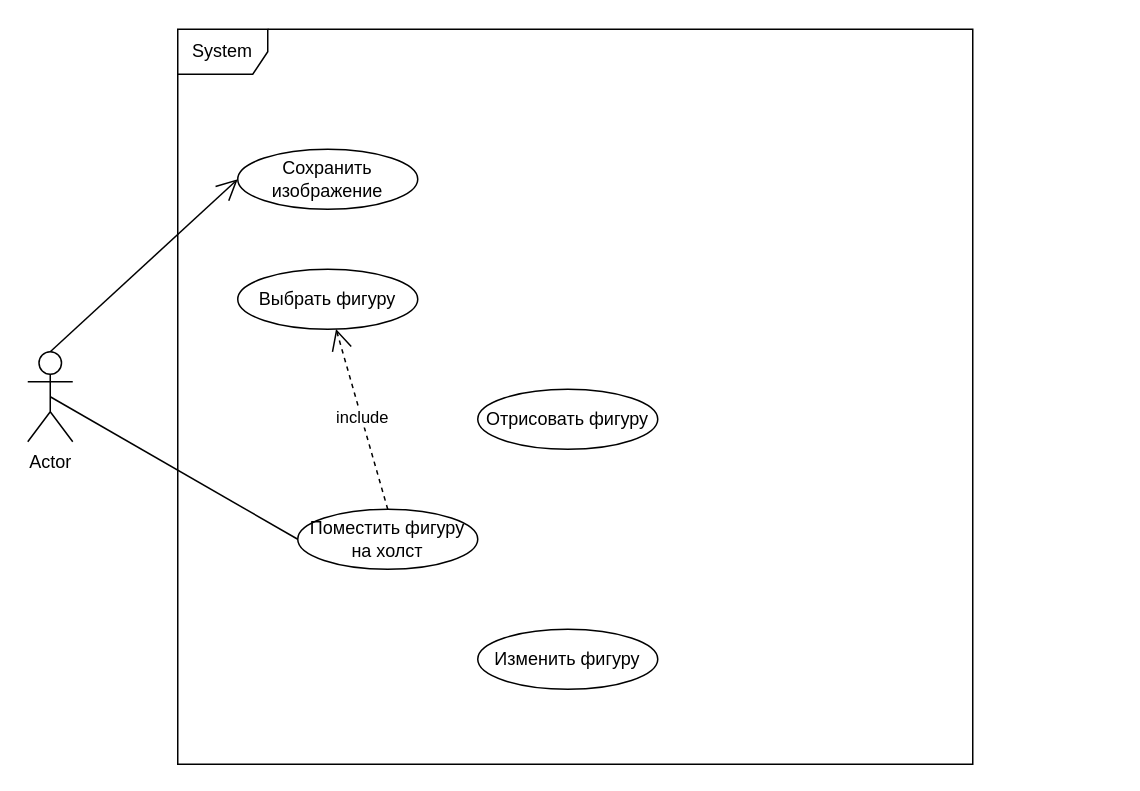
Earlier version of the draw.io diagram Диаграмма без названия.drawio (MstislavRomanovski/ProgramIngeneering). Source tidied: cells renumbered, new cells numbered last; positions are measured from the earlier drawing's top-left corner, leaving out a move shared by most shapes. Both pictures are drawn from the tidied source at 150%, with x=0, y=0 at pixel (27, 28).
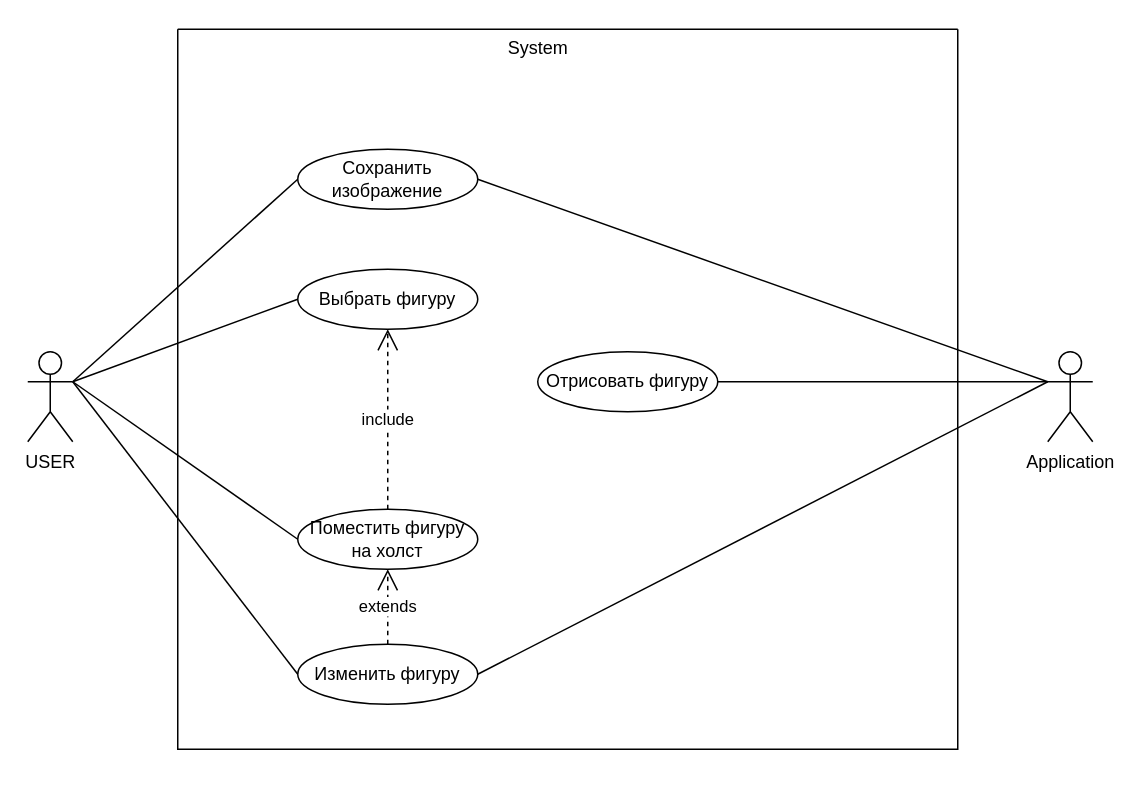
After the change.

Change to the diagram source:
```diff
@@
 <mxGraphModel>
   <root>
     <mxCell id="0" />
     <mxCell id="1" parent="0" />
-    <mxCell id="2" value="System" style="shape=umlFrame;whiteSpace=wrap;html=1;" parent="1" vertex="1">
-      <mxGeometry x="100" width="530" height="490" as="geometry" />
-    </mxCell>
-    <mxCell id="3" value="Actor" style="shape=umlActor;verticalLabelPosition=bottom;verticalAlign=top;html=1;" parent="1" vertex="1">
+    <mxCell id="3" value="USER" style="shape=umlActor;verticalLabelPosition=bottom;verticalAlign=top;html=1;" parent="1" vertex="1">
       <mxGeometry y="215" width="30" height="60" as="geometry" />
     </mxCell>
-    <mxCell id="4" value="Отрисовать фигуру" style="ellipse;whiteSpace=wrap;html=1;" parent="1" vertex="1">
-      <mxGeometry x="300" y="240" width="120" height="40" as="geometry" />
-    </mxCell>
     <mxCell id="5" value="Выбрать фигуру" style="ellipse;whiteSpace=wrap;html=1;" parent="1" vertex="1">
-      <mxGeometry x="140" y="160" width="120" height="40" as="geometry" />
+      <mxGeometry x="180" y="160" width="120" height="40" as="geometry" />
     </mxCell>
-    <mxCell id="6" style="endArrow=none;html=1;rounded=0;exitX=0.5;exitY=0.5;exitDx=0;exitDy=0;exitPerimeter=0;entryX=0;entryY=0.5;entryDx=0;entryDy=0;" parent="1" edge="1" source="3" target="7">
+    <mxCell id="6" style="endArrow=none;html=1;rounded=0;exitX=1;exitY=0.3333333333333333;exitDx=0;exitDy=0;exitPerimeter=0;entryX=0;entryY=0.5;entryDx=0;entryDy=0;" parent="1" edge="1" source="3" target="7">
       <mxGeometry relative="1" as="geometry" />
     </mxCell>
     <mxCell id="7" value="Поместить фигуру на холст" style="ellipse;whiteSpace=wrap;html=1;" parent="1" vertex="1">
       <mxGeometry x="180" y="320" width="120" height="40" as="geometry" />
     </mxCell>
-    <mxCell id="8" value="include&lt;br&gt;" style="endArrow=open;endSize=12;dashed=1;html=1;rounded=0;exitX=0.5;exitY=0;exitDx=0;exitDy=0;entryX=0.546;entryY=0.994;entryDx=0;entryDy=0;entryPerimeter=0;" parent="1" edge="1" source="7" target="5">
+    <mxCell id="8" value="include&lt;br&gt;" style="endArrow=open;endSize=12;dashed=1;html=1;rounded=0;exitX=0.5;exitY=0;exitDx=0;exitDy=0;entryX=0.5;entryY=1;entryDx=0;entryDy=0;" parent="1" edge="1" source="7" target="5">
       <mxGeometry relative="1" as="geometry" />
     </mxCell>
     <mxCell id="9" value="Изменить фигуру" style="ellipse;whiteSpace=wrap;html=1;" parent="1" vertex="1">
-      <mxGeometry x="300" y="400" width="120" height="40" as="geometry" />
+      <mxGeometry x="180" y="410" width="120" height="40" as="geometry" />
     </mxCell>
     <mxCell id="10" value="Сохранить изображение" style="ellipse;whiteSpace=wrap;html=1;" parent="1" vertex="1">
-      <mxGeometry x="140" y="80" width="120" height="40" as="geometry" />
+      <mxGeometry x="180" y="80" width="120" height="40" as="geometry" />
     </mxCell>
-    <mxCell id="11" style="endArrow=open;endFill=1;endSize=12;html=1;rounded=0;exitX=0.5;exitY=0;exitDx=0;exitDy=0;exitPerimeter=0;entryX=0;entryY=0.5;entryDx=0;entryDy=0;" parent="1" edge="1" source="3" target="10">
+    <mxCell id="11" style="endArrow=none;html=1;rounded=0;entryX=0;entryY=0.5;entryDx=0;entryDy=0;exitX=1;exitY=0.3333333333333333;exitDx=0;exitDy=0;exitPerimeter=0;" parent="1" edge="1" source="3" target="10">
       <mxGeometry relative="1" as="geometry" />
     </mxCell>
+    <mxCell id="12" style="endArrow=none;html=1;rounded=0;entryX=0;entryY=0.5;entryDx=0;entryDy=0;exitX=1;exitY=0.3333333333333333;exitDx=0;exitDy=0;exitPerimeter=0;" parent="1" edge="1" source="3" target="5">
+      <mxGeometry relative="1" as="geometry" />
+    </mxCell>
+    <mxCell id="13" value="extends&lt;br&gt;" style="endArrow=open;endSize=12;dashed=1;html=1;rounded=0;entryX=0.5;entryY=1;entryDx=0;entryDy=0;exitX=0.5;exitY=0;exitDx=0;exitDy=0;" parent="1" edge="1" source="9" target="7">
+      <mxGeometry relative="1" as="geometry" />
+    </mxCell>
+    <mxCell id="14" style="endArrow=none;html=1;rounded=0;exitX=1;exitY=0.3333333333333333;exitDx=0;exitDy=0;exitPerimeter=0;entryX=0;entryY=0.5;entryDx=0;entryDy=0;" parent="1" edge="1" source="3" target="9">
+      <mxGeometry relative="1" as="geometry" />
+    </mxCell>
+    <mxCell id="15" value="Application" style="shape=umlActor;verticalLabelPosition=bottom;verticalAlign=top;html=1;" parent="1" vertex="1">
+      <mxGeometry x="680" y="215" width="30" height="60" as="geometry" />
+    </mxCell>
+    <mxCell id="16" style="endArrow=none;html=1;rounded=0;exitX=0;exitY=0.3333333333333333;exitDx=0;exitDy=0;exitPerimeter=0;entryX=1;entryY=0.5;entryDx=0;entryDy=0;" parent="1" edge="1" source="15" target="10">
+      <mxGeometry relative="1" as="geometry" />
+    </mxCell>
+    <mxCell id="17" style="swimlane;startSize=0;" parent="1" vertex="1">
+      <mxGeometry x="100" width="520" height="480" as="geometry" />
+    </mxCell>
+    <mxCell id="4" value="Отрисовать фигуру" style="ellipse;whiteSpace=wrap;html=1;" parent="17" vertex="1">
+      <mxGeometry x="240" y="215" width="120" height="40" as="geometry" />
+    </mxCell>
+    <mxCell id="2" value="System" style="text;html=1;align=center;verticalAlign=middle;strokeColor=none;fillColor=none;" parent="1" vertex="1">
+      <mxGeometry x="310" y="-2" width="60" height="30" as="geometry" />
+    </mxCell>
+    <mxCell id="18" style="endArrow=none;html=1;rounded=0;entryX=0;entryY=0.3333333333333333;entryDx=0;entryDy=0;entryPerimeter=0;exitX=1;exitY=0.5;exitDx=0;exitDy=0;" parent="1" edge="1" source="4" target="15">
+      <mxGeometry relative="1" as="geometry" />
+    </mxCell>
+    <mxCell id="19" style="endArrow=none;html=1;rounded=0;entryX=0;entryY=0.3333333333333333;entryDx=0;entryDy=0;entryPerimeter=0;exitX=1;exitY=0.5;exitDx=0;exitDy=0;" parent="1" edge="1" source="9" target="15">
+      <mxGeometry relative="1" as="geometry" />
+    </mxCell>
   </root>
 </mxGraphModel>
```
